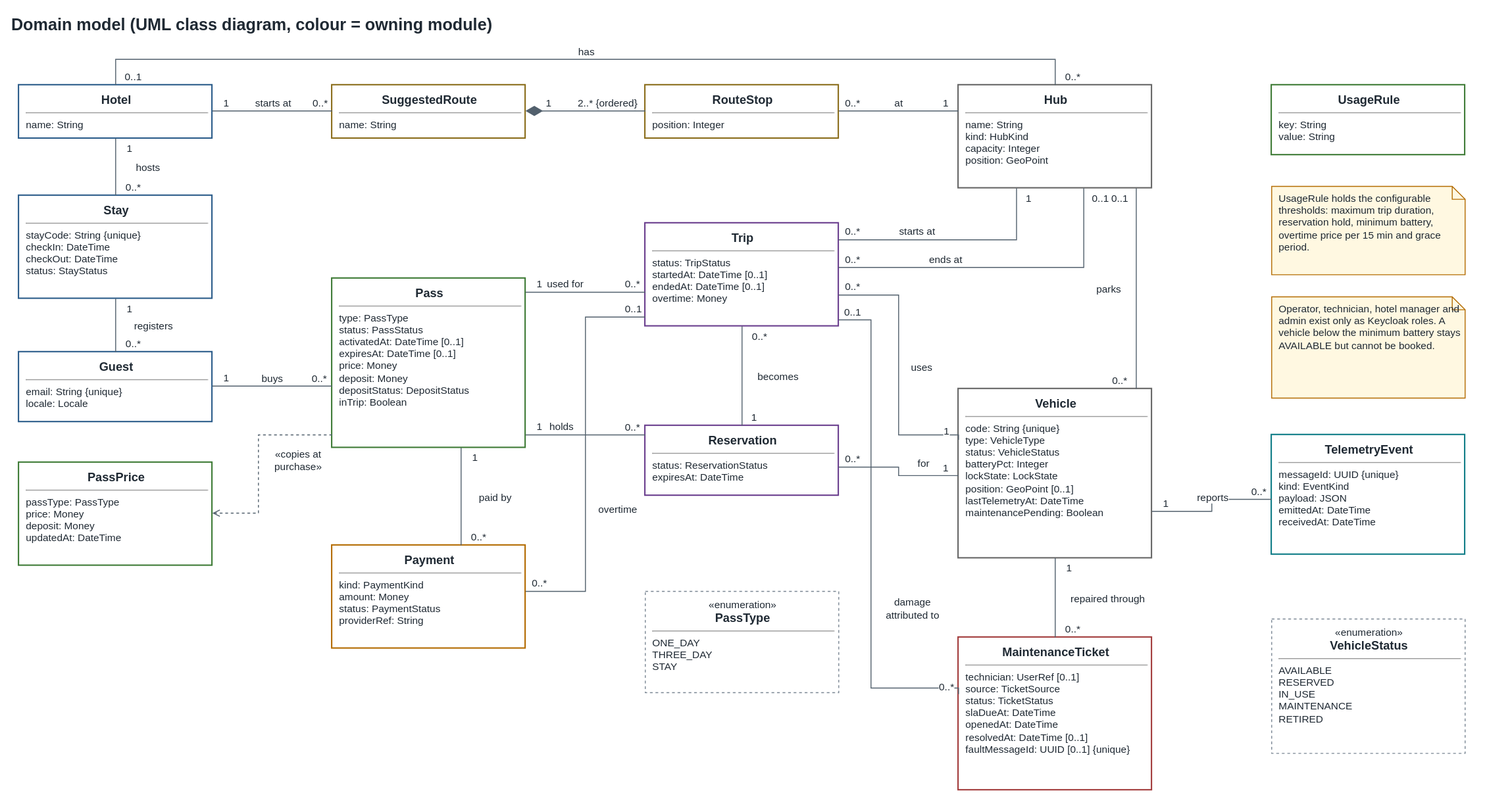
The draw.io diagram docs/architecture/diagrams/10-domain-model.drawio.svg in TQS-RiaRide/RIARide, before a commit. Source tidied: cells renumbered, new cells last; positions are measured from the earlier drawing's top-left corner, leaving out a move shared by most shapes.
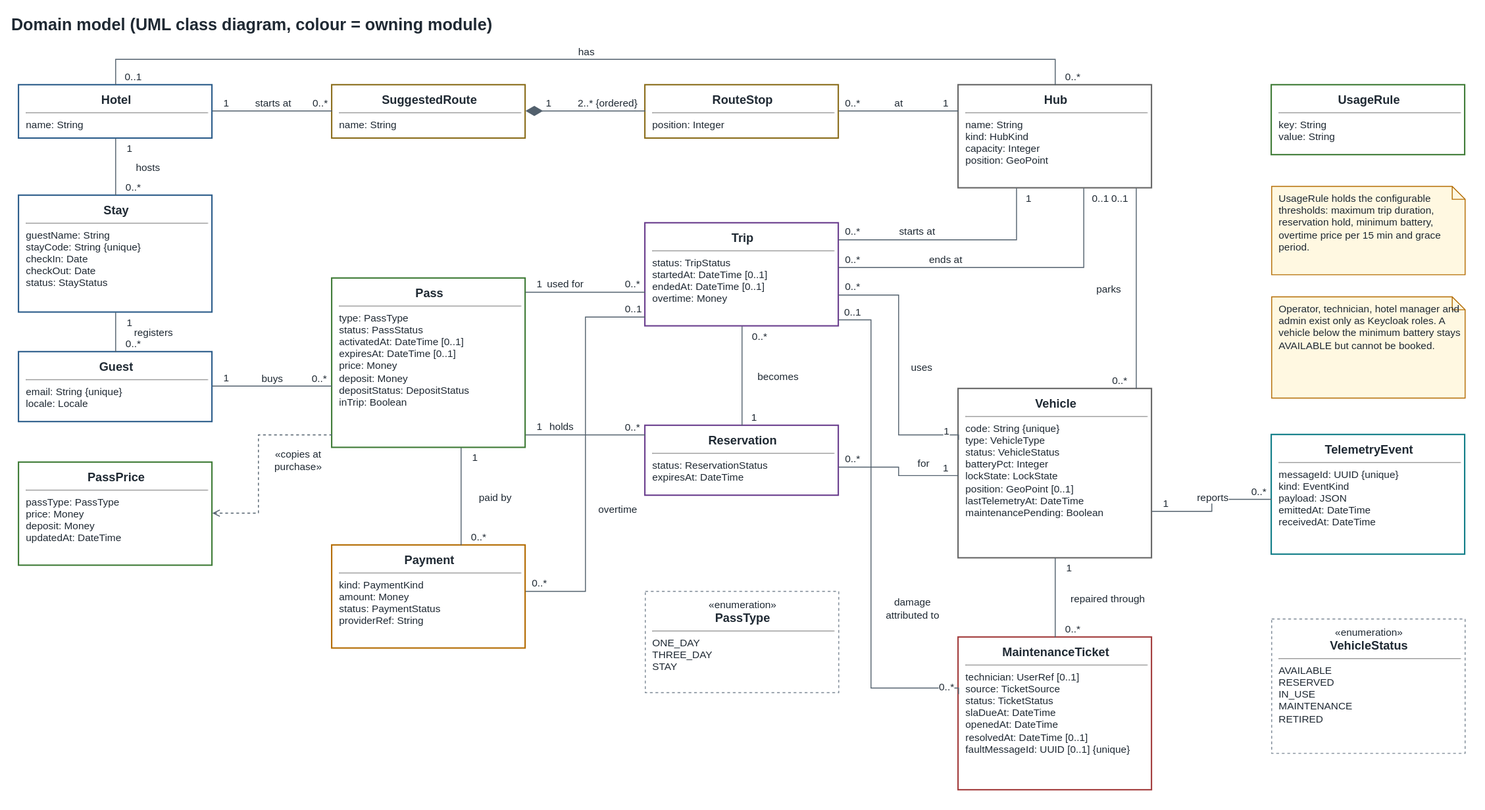
Later version of the same file.

Commit message:
docs: RIA-50 document the local stack and add guest_name to the diagrams

Also types the stay dates as Date in the domain model, matching the
check-in and check-out dates the API takes.

The edit, as a diff of the source:
```diff
@@ -8,8 +8,8 @@
     <mxCell id="3" value="&lt;div style='width:196px;text-align:center;font-size:13px'&gt;&lt;b&gt;Hotel&lt;/b&gt;&lt;/div&gt;&lt;hr size='1' style='width:196px'&gt;name: String" style="html=1;whiteSpace=wrap;fontFamily=Helvetica;fontColor=#1F2933;rounded=0;align=left;verticalAlign=top;spacingLeft=6;spacingRight=6;spacingTop=2;fontSize=11;fillColor=#FFFFFF;strokeColor=#2B5C8A;strokeWidth=1.5;" parent="1" vertex="1">
       <mxGeometry x="10" y="82" width="210" height="58" as="geometry" />
     </mxCell>
-    <mxCell id="4" value="&lt;div style='width:196px;text-align:center;font-size:13px'&gt;&lt;b&gt;Stay&lt;/b&gt;&lt;/div&gt;&lt;hr size='1' style='width:196px'&gt;stayCode: String {unique}&lt;br&gt;checkIn: DateTime&lt;br&gt;checkOut: DateTime&lt;br&gt;status: StayStatus" style="html=1;whiteSpace=wrap;fontFamily=Helvetica;fontColor=#1F2933;rounded=0;align=left;verticalAlign=top;spacingLeft=6;spacingRight=6;spacingTop=2;fontSize=11;fillColor=#FFFFFF;strokeColor=#2B5C8A;strokeWidth=1.5;" parent="1" vertex="1">
-      <mxGeometry x="10" y="202" width="210" height="112" as="geometry" />
+    <mxCell id="4" value="&lt;div style='width:196px;text-align:center;font-size:13px'&gt;&lt;b&gt;Stay&lt;/b&gt;&lt;/div&gt;&lt;hr size='1' style='width:196px'&gt;guestName: String&lt;br&gt;stayCode: String {unique}&lt;br&gt;checkIn: Date&lt;br&gt;checkOut: Date&lt;br&gt;status: StayStatus" style="html=1;whiteSpace=wrap;fontFamily=Helvetica;fontColor=#1F2933;rounded=0;align=left;verticalAlign=top;spacingLeft=6;spacingRight=6;spacingTop=2;fontSize=11;fillColor=#FFFFFF;strokeColor=#2B5C8A;strokeWidth=1.5;" parent="1" vertex="1">
+      <mxGeometry x="10" y="202" width="210" height="127" as="geometry" />
     </mxCell>
     <mxCell id="5" value="&lt;div style='width:196px;text-align:center;font-size:13px'&gt;&lt;b&gt;Guest&lt;/b&gt;&lt;/div&gt;&lt;hr size='1' style='width:196px'&gt;email: String {unique}&lt;br&gt;locale: Locale" style="html=1;whiteSpace=wrap;fontFamily=Helvetica;fontColor=#1F2933;rounded=0;align=left;verticalAlign=top;spacingLeft=6;spacingRight=6;spacingTop=2;fontSize=11;fillColor=#FFFFFF;strokeColor=#2B5C8A;strokeWidth=1.5;" parent="1" vertex="1">
       <mxGeometry x="10" y="372" width="210" height="76" as="geometry" />
```
